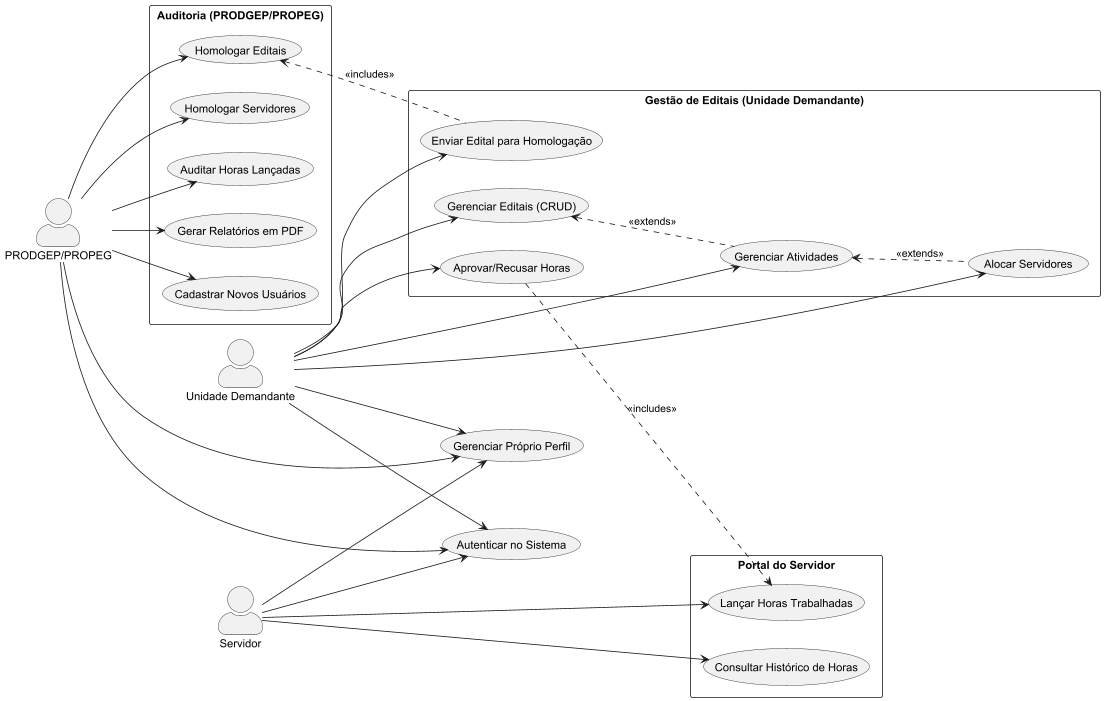
Above: usecasediagramGECC.png in Jesus-jpg1/GECC-System (PlantUML), before the change.
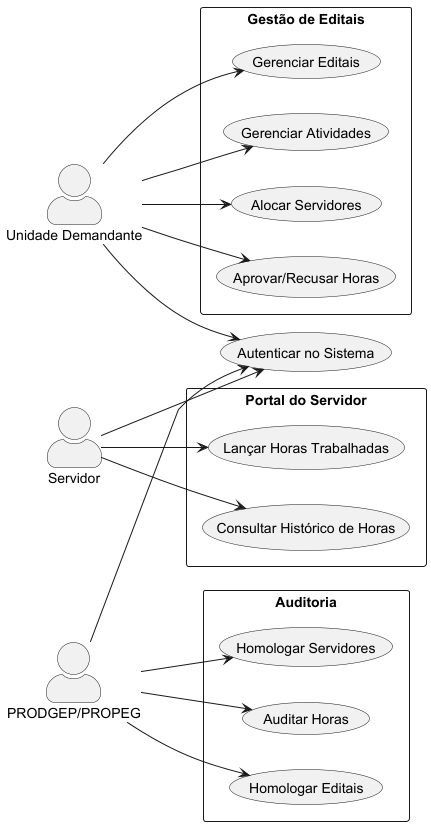
After the commit.

Commit message:
feat: Adiciona data migration para popular catálogo de atividades

The edit, as a diff of the source:
```diff
@@ -1,5 +1,4 @@
 @startuml
-
 left to right direction
 skinparam packageStyle rectangle
 skinparam actorStyle awesome
@@ -8,12 +7,13 @@
 actor "Servidor" as Servidor
 actor "PRODGEP/PROPEG" as Auditor
 
-package "Gestão de Editais (Unidade Demandante)" {
-  usecase "Gerenciar Editais (CRUD)" as UCEdital
+usecase "Autenticar no Sistema" as UCLogin
+
+package "Gestão de Editais" {
+  usecase "Gerenciar Editais" as UCEdital
   usecase "Gerenciar Atividades" as UCAtividade
   usecase "Alocar Servidores" as UCAlocar
   usecase "Aprovar/Recusar Horas" as UCAprovarHoras
-  usecase "Enviar Edital para Homologação" as UCEnviar
 }
 
 package "Portal do Servidor" {
@@ -21,23 +21,16 @@
   usecase "Consultar Histórico de Horas" as UCHistorico
 }
 
-package "Auditoria (PRODGEP/PROPEG)" {
+package "Auditoria" {
   usecase "Homologar Editais" as UCHomologarEdital
   usecase "Homologar Servidores" as UCHomologarServidor
-  usecase "Auditar Horas Lançadas" as UCAuditarHoras
-  usecase "Gerar Relatórios em PDF" as UCReport
-  usecase "Cadastrar Novos Usuários" as UCCadastrar
+  usecase "Auditar Horas" as UCAuditarHoras
 }
-
-usecase "Autenticar no Sistema" as UCLogin
-usecase "Gerenciar Próprio Perfil" as UCPerfil
-
 
 UD --> UCEdital
 UD --> UCAtividade
 UD --> UCAlocar
 UD --> UCAprovarHoras
-UD --> UCEnviar
 
 Servidor --> UCLancar
 Servidor --> UCHistorico
@@ -45,22 +38,8 @@
 Auditor --> UCHomologarEdital
 Auditor --> UCHomologarServidor
 Auditor --> UCAuditarHoras
-Auditor --> UCReport
-Auditor --> UCCadastrar
 
 UD --> UCLogin
 Servidor --> UCLogin
 Auditor --> UCLogin
-
-UD --> UCPerfil
-Servidor --> UCPerfil
-Auditor --> UCPerfil
-
-
-UCEdital <.. UCAtividade : <<extends>>
-UCAtividade <.. UCAlocar : <<extends>>
-UCAprovarHoras ..> UCLancar : <<includes>>
-UCHomologarEdital <.. UCEnviar : <<includes>>
-
-
 @enduml
```
